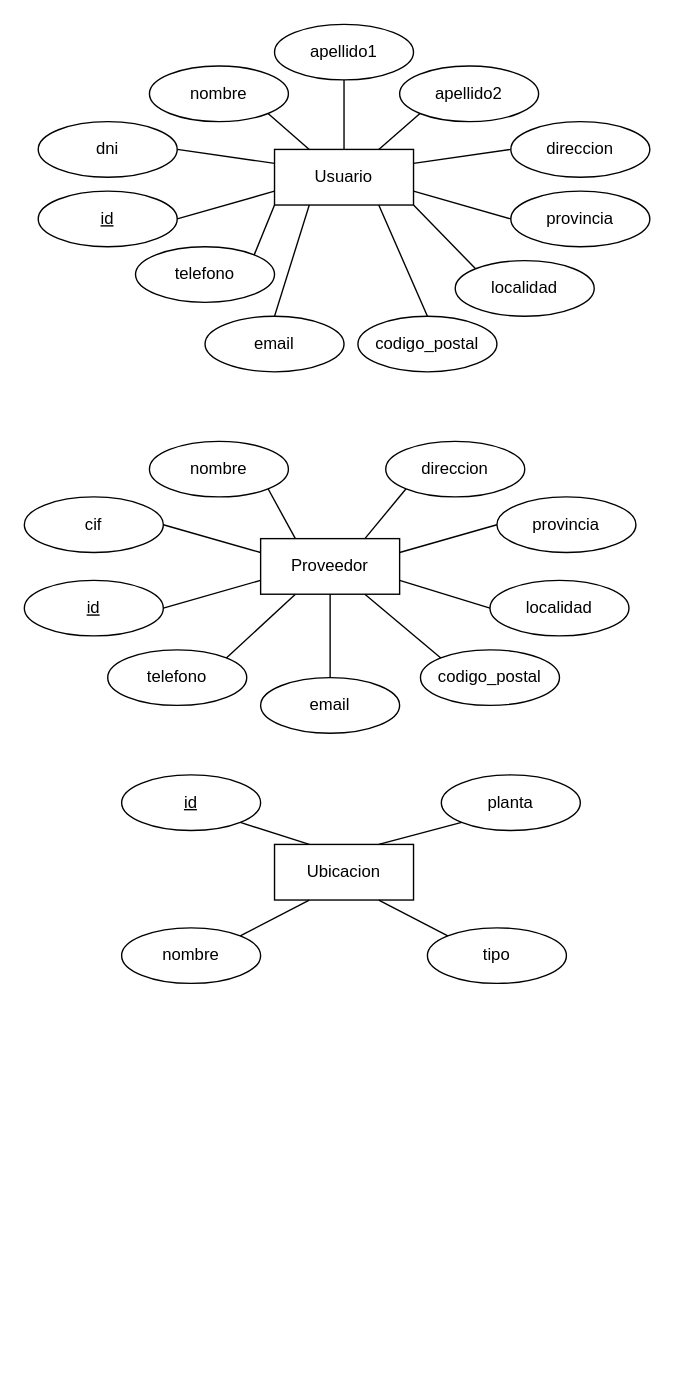
mariopr25/AlmacenMedicamentosER keeps this draw.io diagram as Diagrama sin título.drawio. Above is the earlier version. Source tidied: cells renumbered, new cells numbered last; positions are measured from the earlier drawing's top-left corner, leaving out a move shared by most shapes. Both pictures are drawn from the tidied source at 139%, with x=0, y=0 at pixel (24, 24).
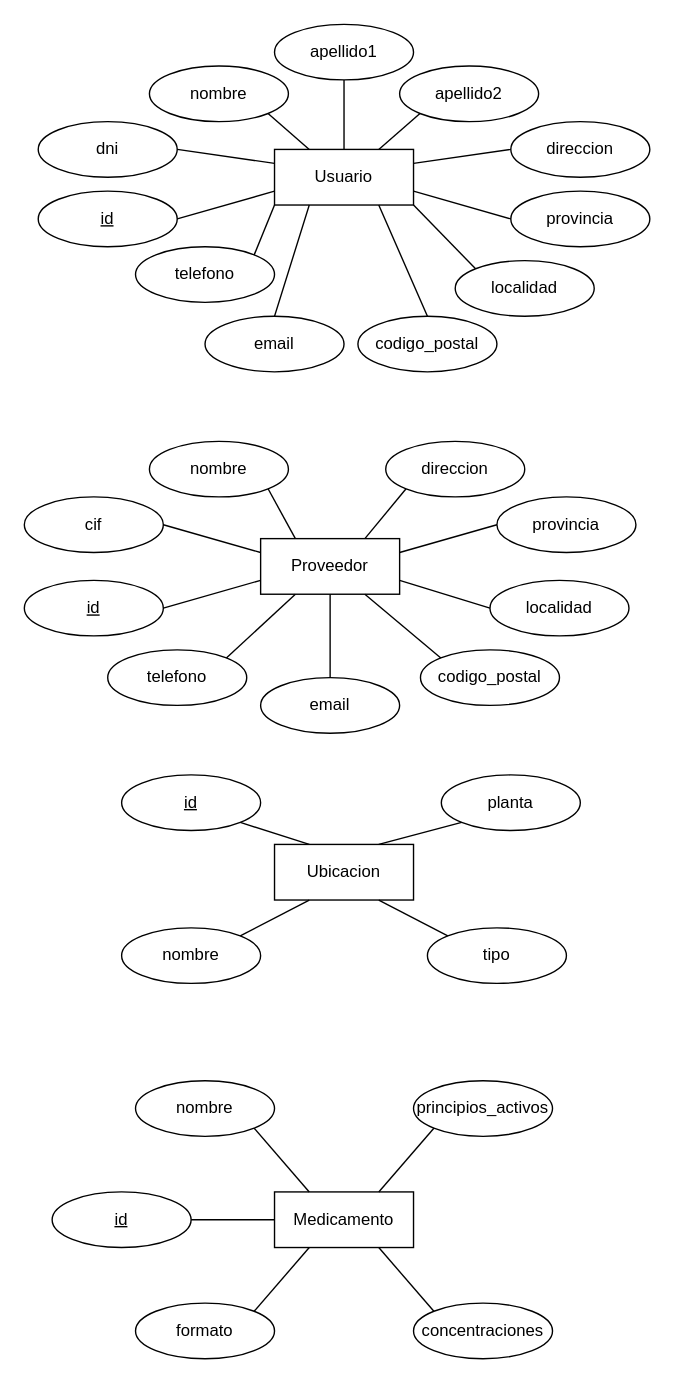
The same diagram, later.

Commit message:
Creado Medicamento

What changed in the source:
```diff
@@
+    <mxCell id="57" style="group;" parent="1" vertex="1">
+      <mxGeometry x="20" y="760" width="360" height="200" as="geometry" />
+    </mxCell>
+    <mxCell id="58" value="Medicamento" style="whiteSpace=wrap;html=1;align=center;" parent="57" vertex="1">
+      <mxGeometry x="160" y="80" width="100" height="40" as="geometry" />
+    </mxCell>
+    <mxCell id="59" value="nombre" style="ellipse;whiteSpace=wrap;html=1;align=center;" parent="57" vertex="1">
+      <mxGeometry x="60" width="100" height="40" as="geometry" />
+    </mxCell>
+    <mxCell id="60" value="&lt;div&gt;principios_activos&lt;/div&gt;" style="ellipse;whiteSpace=wrap;html=1;align=center;" parent="57" vertex="1">
+      <mxGeometry x="260" width="100" height="40" as="geometry" />
+    </mxCell>
+    <mxCell id="61" value="concentraciones" style="ellipse;whiteSpace=wrap;html=1;align=center;" parent="57" vertex="1">
+      <mxGeometry x="260" y="160" width="100" height="40" as="geometry" />
+    </mxCell>
+    <mxCell id="62" value="formato" style="ellipse;whiteSpace=wrap;html=1;align=center;" parent="57" vertex="1">
+      <mxGeometry x="60" y="160" width="100" height="40" as="geometry" />
+    </mxCell>
+    <mxCell id="63" value="id" style="ellipse;whiteSpace=wrap;html=1;align=center;fontStyle=4;" parent="57" vertex="1">
+      <mxGeometry y="80" width="100" height="40" as="geometry" />
+    </mxCell>
+    <mxCell id="64" style="endArrow=none;html=1;rounded=0;exitX=1;exitY=0.5;exitDx=0;exitDy=0;entryX=0;entryY=0.5;entryDx=0;entryDy=0;" parent="57" edge="1" source="63" target="58">
+      <mxGeometry relative="1" as="geometry" />
+    </mxCell>
+    <mxCell id="65" style="endArrow=none;html=1;rounded=0;exitX=1;exitY=1;exitDx=0;exitDy=0;entryX=0.25;entryY=0;entryDx=0;entryDy=0;" parent="57" edge="1" source="59" target="58">
+      <mxGeometry relative="1" as="geometry" />
+    </mxCell>
+    <mxCell id="66" style="endArrow=none;html=1;rounded=0;exitX=0;exitY=1;exitDx=0;exitDy=0;entryX=0.75;entryY=0;entryDx=0;entryDy=0;" parent="57" edge="1" source="60" target="58">
+      <mxGeometry relative="1" as="geometry" />
+    </mxCell>
+    <mxCell id="67" style="endArrow=none;html=1;rounded=0;entryX=0;entryY=0;entryDx=0;entryDy=0;exitX=0.75;exitY=1;exitDx=0;exitDy=0;" parent="57" edge="1" source="58" target="61">
+      <mxGeometry relative="1" as="geometry" />
+    </mxCell>
+    <mxCell id="68" style="endArrow=none;html=1;rounded=0;exitX=1;exitY=0;exitDx=0;exitDy=0;entryX=0.25;entryY=1;entryDx=0;entryDy=0;" parent="57" edge="1" source="62" target="58">
+      <mxGeometry relative="1" as="geometry" />
+    </mxCell>
```
